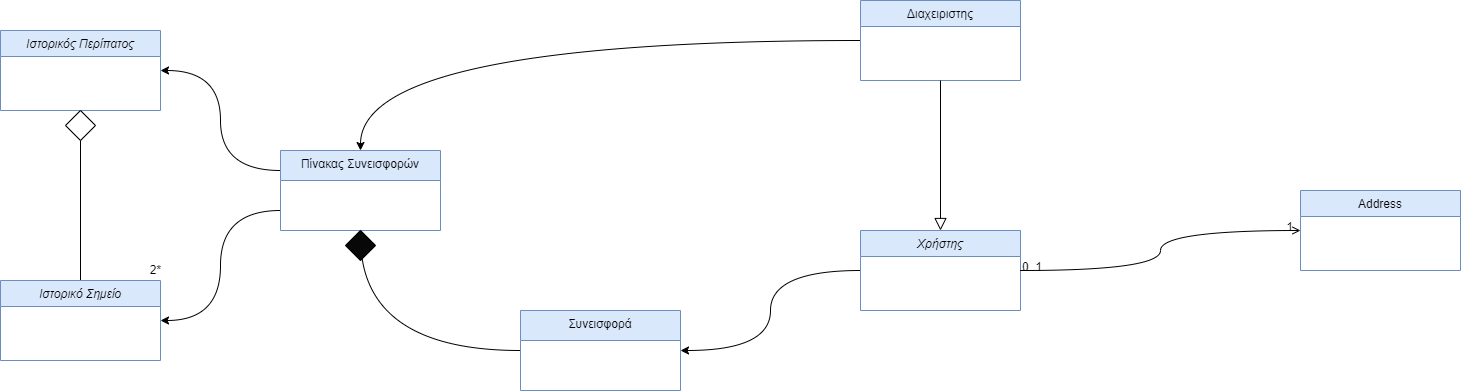
Earlier version of the draw.io export NOTES/Domain Model v0.1.png (Nektar24/software-engineering). Source tidied: cells renumbered, new cells last; positions are measured from the earlier drawing's top-left corner, leaving out a move shared by most shapes.
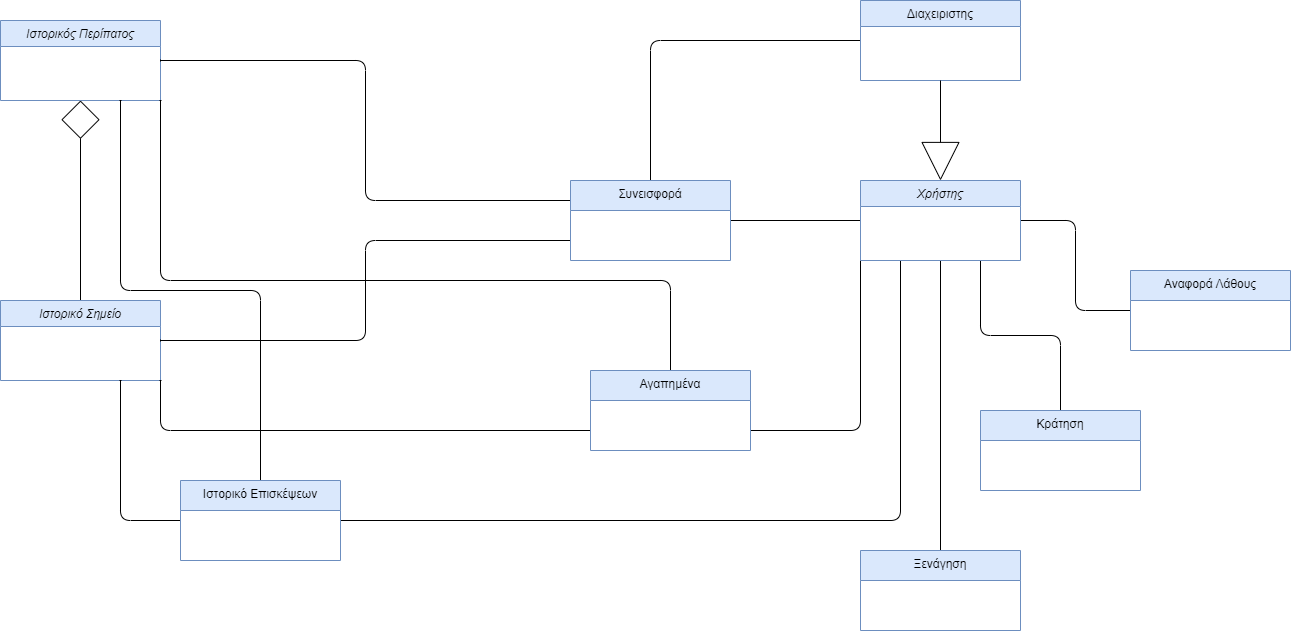
Above is the later version.

Commit message:
domain model changes

Change to the diagram source:
```diff
@@ -2,71 +2,85 @@
   <root>
     <mxCell id="0" />
     <mxCell id="1" parent="0" />
-    <mxCell id="2" style="edgeStyle=orthogonalEdgeStyle;rounded=0;jettySize=auto;html=1;exitX=0;exitY=0.5;exitDx=0;exitDy=0;entryX=1;entryY=0.5;entryDx=0;entryDy=0;elbow=vertical;curved=1;" parent="1" edge="1" source="3" target="19">
+    <mxCell id="2" style="edgeStyle=orthogonalEdgeStyle;rounded=1;jettySize=auto;html=1;exitX=0;exitY=0.5;exitDx=0;exitDy=0;entryX=1;entryY=0.5;entryDx=0;entryDy=0;elbow=vertical;strokeColor=default;align=center;verticalAlign=middle;fontFamily=Helvetica;fontSize=11;fontColor=default;labelBackgroundColor=default;endArrow=baseDash;endFill=0;endSize=0;curved=0;" parent="1" edge="1" source="3" target="19">
       <mxGeometry relative="1" as="geometry" />
     </mxCell>
+    <mxCell id="22" style="edgeStyle=orthogonalEdgeStyle;rounded=1;jettySize=auto;html=1;exitX=0.25;exitY=1;exitDx=0;exitDy=0;entryX=1;entryY=0.5;entryDx=0;entryDy=0;strokeColor=default;align=center;verticalAlign=middle;fontFamily=Helvetica;fontSize=11;fontColor=default;labelBackgroundColor=default;elbow=vertical;endArrow=baseDash;endFill=0;endSize=0;curved=0;" parent="1" edge="1" source="3" target="32">
+      <mxGeometry relative="1" as="geometry" />
+    </mxCell>
+    <mxCell id="23" style="edgeStyle=orthogonalEdgeStyle;rounded=1;jettySize=auto;html=1;exitX=0;exitY=1;exitDx=0;exitDy=0;entryX=1;entryY=0.75;entryDx=0;entryDy=0;strokeColor=default;align=center;verticalAlign=middle;fontFamily=Helvetica;fontSize=11;fontColor=default;labelBackgroundColor=default;elbow=vertical;endArrow=baseDash;endFill=0;endSize=0;curved=0;" parent="1" edge="1" source="3" target="29">
+      <mxGeometry relative="1" as="geometry" />
+    </mxCell>
+    <mxCell id="24" style="edgeStyle=orthogonalEdgeStyle;rounded=1;jettySize=auto;html=1;exitX=0.5;exitY=1;exitDx=0;exitDy=0;entryX=0.5;entryY=0;entryDx=0;entryDy=0;strokeColor=default;align=center;verticalAlign=middle;fontFamily=Helvetica;fontSize=11;fontColor=default;labelBackgroundColor=default;elbow=vertical;endArrow=baseDash;endFill=0;endSize=0;curved=0;" parent="1" edge="1" source="3" target="33">
+      <mxGeometry relative="1" as="geometry" />
+    </mxCell>
+    <mxCell id="25" style="edgeStyle=orthogonalEdgeStyle;rounded=1;jettySize=auto;html=1;exitX=0.75;exitY=1;exitDx=0;exitDy=0;entryX=0.5;entryY=0;entryDx=0;entryDy=0;strokeColor=default;align=center;verticalAlign=middle;fontFamily=Helvetica;fontSize=11;fontColor=default;labelBackgroundColor=default;elbow=vertical;endArrow=baseDash;endFill=0;endSize=0;curved=0;" parent="1" edge="1" source="3" target="34">
+      <mxGeometry relative="1" as="geometry" />
+    </mxCell>
+    <mxCell id="26" style="edgeStyle=orthogonalEdgeStyle;curved=0;rounded=1;jettySize=auto;html=1;exitX=1;exitY=0.5;exitDx=0;exitDy=0;entryX=0;entryY=0.5;entryDx=0;entryDy=0;strokeColor=default;align=center;verticalAlign=middle;fontFamily=Helvetica;fontSize=11;fontColor=default;labelBackgroundColor=default;elbow=vertical;endArrow=baseDash;endFill=0;endSize=0;" parent="1" edge="1" source="3" target="35">
+      <mxGeometry relative="1" as="geometry" />
+    </mxCell>
     <mxCell id="3" value="Χρήστης" style="swimlane;fontStyle=2;align=center;verticalAlign=top;horizontal=1;startSize=26;rounded=0;shadow=0;strokeWidth=1;fillColor=#dae8fc;strokeColor=#6c8ebf;" parent="1" vertex="1">
-      <mxGeometry x="860" y="230" width="160" height="80" as="geometry" />
+      <mxGeometry x="860" y="190" width="160" height="80" as="geometry" />
     </mxCell>
-    <mxCell id="4" style="edgeStyle=orthogonalEdgeStyle;rounded=0;jettySize=auto;html=1;exitX=0;exitY=0.5;exitDx=0;exitDy=0;entryX=0.5;entryY=0;entryDx=0;entryDy=0;elbow=vertical;curved=1;" parent="1" edge="1" source="5" target="20">
+    <mxCell id="4" style="edgeStyle=orthogonalEdgeStyle;rounded=1;jettySize=auto;html=1;exitX=0;exitY=0.5;exitDx=0;exitDy=0;entryX=0.5;entryY=0;entryDx=0;entryDy=0;elbow=vertical;strokeColor=default;align=center;verticalAlign=middle;fontFamily=Helvetica;fontSize=11;fontColor=default;labelBackgroundColor=default;endArrow=baseDash;endFill=0;endSize=0;curved=0;" parent="1" edge="1" source="5" target="19">
       <mxGeometry relative="1" as="geometry" />
     </mxCell>
     <mxCell id="5" value="Διαχειριστης" style="swimlane;fontStyle=0;align=center;verticalAlign=top;horizontal=1;startSize=26;rounded=0;shadow=0;strokeWidth=1;fillColor=#dae8fc;strokeColor=#6c8ebf;" parent="1" vertex="1">
-      <mxGeometry x="860" width="160" height="80" as="geometry" />
+      <mxGeometry x="860" y="10" width="160" height="80" as="geometry" />
     </mxCell>
-    <mxCell id="6" style="endArrow=block;endSize=10;endFill=0;shadow=0;strokeWidth=1;rounded=0;curved=1;edgeStyle=orthogonalEdgeStyle;elbow=vertical;" parent="1" edge="1" source="5" target="3">
+    <mxCell id="6" style="endArrow=block;endSize=36;endFill=0;shadow=0;strokeWidth=1;rounded=0;curved=1;edgeStyle=orthogonalEdgeStyle;elbow=vertical;" parent="1" edge="1" source="5" target="3">
       <mxGeometry relative="1" as="geometry" />
     </mxCell>
-    <mxCell id="7" value="Address" style="swimlane;fontStyle=0;align=center;verticalAlign=top;horizontal=1;startSize=26;rounded=0;shadow=0;strokeWidth=1;fillColor=#dae8fc;strokeColor=#6c8ebf;" parent="1" vertex="1">
-      <mxGeometry x="1300" y="190" width="160" height="80" as="geometry" />
-    </mxCell>
-    <mxCell id="8" style="endArrow=open;shadow=0;strokeWidth=1;rounded=0;curved=1;endFill=1;edgeStyle=orthogonalEdgeStyle;elbow=vertical;" parent="1" edge="1" source="3" target="7">
-      <mxGeometry x="0.5" y="41" relative="1" as="geometry">
-        <mxPoint x="-40" y="32" as="offset" />
-      </mxGeometry>
-    </mxCell>
-    <mxCell id="9" value="0..1" style="align=left;verticalAlign=bottom;labelBackgroundColor=none;fontSize=12;" parent="8" vertex="1">
-      <mxGeometry x="-1" relative="1" as="geometry">
-        <mxPoint y="4" as="offset" />
-      </mxGeometry>
-    </mxCell>
-    <mxCell id="10" value="1" style="align=right;verticalAlign=bottom;labelBackgroundColor=none;fontSize=12;" parent="8" vertex="1">
-      <mxGeometry x="1" relative="1" as="geometry">
-        <mxPoint x="-7" y="4" as="offset" />
-      </mxGeometry>
-    </mxCell>
     <mxCell id="11" value="Ιστορικός Περίπατος" style="swimlane;fontStyle=2;align=center;verticalAlign=top;horizontal=1;startSize=26;rounded=0;shadow=0;strokeWidth=1;fillColor=#dae8fc;strokeColor=#6c8ebf;" parent="1" vertex="1">
       <mxGeometry y="30" width="160" height="80" as="geometry" />
     </mxCell>
-    <mxCell id="12" style="edgeStyle=orthogonalEdgeStyle;rounded=0;jettySize=auto;html=1;exitX=0.5;exitY=0;exitDx=0;exitDy=0;entryX=0.5;entryY=1;entryDx=0;entryDy=0;curved=1;" parent="1" edge="1" source="13" target="11">
+    <mxCell id="12" style="edgeStyle=orthogonalEdgeStyle;rounded=1;jettySize=auto;html=1;exitX=0.5;exitY=0;exitDx=0;exitDy=0;entryX=0.5;entryY=1;entryDx=0;entryDy=0;endSize=36;endArrow=diamond;endFill=0;curved=0;" parent="1" edge="1" source="13" target="11">
       <mxGeometry relative="1" as="geometry" />
     </mxCell>
     <mxCell id="13" value="Ιστορικό Σημείο" style="swimlane;fontStyle=2;align=center;verticalAlign=top;horizontal=1;startSize=26;rounded=0;shadow=0;strokeWidth=1;fillColor=#dae8fc;strokeColor=#6c8ebf;" parent="1" vertex="1">
-      <mxGeometry y="280" width="160" height="80" as="geometry" />
+      <mxGeometry y="310" width="160" height="80" as="geometry" />
     </mxCell>
-    <mxCell id="14" value="2*" style="text;html=1;align=center;verticalAlign=middle;strokeColor=none;fillColor=none;" parent="1" vertex="1">
-      <mxGeometry x="140" y="255" width="30" height="30" as="geometry" />
-    </mxCell>
-    <mxCell id="15" style="rhombus;whiteSpace=wrap;html=1;" parent="1" vertex="1">
-      <mxGeometry x="65" y="110" width="30" height="30" as="geometry" />
-    </mxCell>
-    <mxCell id="16" style="edgeStyle=orthogonalEdgeStyle;curved=1;rounded=0;jettySize=auto;html=1;exitX=0;exitY=0.75;exitDx=0;exitDy=0;entryX=1;entryY=0.5;entryDx=0;entryDy=0;strokeColor=default;align=center;verticalAlign=middle;fontFamily=Helvetica;fontSize=11;fontColor=default;labelBackgroundColor=default;elbow=vertical;endArrow=classic;" parent="1" edge="1" source="20" target="13">
+    <mxCell id="16" style="edgeStyle=orthogonalEdgeStyle;rounded=1;jettySize=auto;html=1;exitX=0;exitY=0.75;exitDx=0;exitDy=0;entryX=1;entryY=0.5;entryDx=0;entryDy=0;strokeColor=default;align=center;verticalAlign=middle;fontFamily=Helvetica;fontSize=11;fontColor=default;labelBackgroundColor=default;elbow=vertical;endArrow=baseDash;endFill=0;endSize=0;curved=0;" parent="1" edge="1" source="19" target="13">
       <mxGeometry relative="1" as="geometry" />
     </mxCell>
-    <mxCell id="17" style="edgeStyle=orthogonalEdgeStyle;curved=1;rounded=0;jettySize=auto;html=1;exitX=0;exitY=0.25;exitDx=0;exitDy=0;entryX=1;entryY=0.5;entryDx=0;entryDy=0;strokeColor=default;align=center;verticalAlign=middle;fontFamily=Helvetica;fontSize=11;fontColor=default;labelBackgroundColor=default;elbow=vertical;endArrow=classic;" parent="1" edge="1" source="20" target="11">
+    <mxCell id="17" style="edgeStyle=orthogonalEdgeStyle;rounded=1;jettySize=auto;html=1;exitX=0;exitY=0.25;exitDx=0;exitDy=0;entryX=1;entryY=0.5;entryDx=0;entryDy=0;strokeColor=default;align=center;verticalAlign=middle;fontFamily=Helvetica;fontSize=11;fontColor=default;labelBackgroundColor=default;elbow=vertical;endArrow=baseDash;endFill=0;endSize=0;curved=0;" parent="1" edge="1" source="19" target="11">
       <mxGeometry relative="1" as="geometry" />
     </mxCell>
-    <mxCell id="18" style="edgeStyle=orthogonalEdgeStyle;curved=1;rounded=0;jettySize=auto;html=1;exitX=0;exitY=0.5;exitDx=0;exitDy=0;entryX=0.5;entryY=1;entryDx=0;entryDy=0;strokeColor=default;align=center;verticalAlign=middle;fontFamily=Helvetica;fontSize=11;fontColor=default;labelBackgroundColor=default;elbow=vertical;endArrow=classic;" parent="1" edge="1" source="19" target="20">
-      <mxGeometry relative="1" as="geometry" />
-    </mxCell>
     <mxCell id="19" value="Συνεισφορά" style="swimlane;fontStyle=0;align=center;verticalAlign=top;horizontal=1;startSize=30;rounded=0;shadow=0;strokeWidth=1;fillColor=#dae8fc;strokeColor=#6c8ebf;" parent="1" vertex="1">
-      <mxGeometry x="520" y="310" width="160" height="80" as="geometry" />
+      <mxGeometry x="570" y="190" width="160" height="80" as="geometry" />
     </mxCell>
-    <mxCell id="20" value="Πίνακας Συνεισφορών" style="swimlane;fontStyle=0;align=center;verticalAlign=top;horizontal=1;startSize=30;rounded=0;shadow=0;strokeWidth=1;fillColor=#dae8fc;strokeColor=#6c8ebf;" parent="1" vertex="1">
-      <mxGeometry x="280" y="150" width="160" height="80" as="geometry" />
-    </mxCell>
-    <mxCell id="21" style="rhombus;whiteSpace=wrap;html=1;fillColor=#080808;" parent="1" vertex="1">
-      <mxGeometry x="345" y="230" width="30" height="30" as="geometry" />
-    </mxCell>
+    <mxCell id="27" style="rounded=1;jettySize=auto;html=1;exitX=0.5;exitY=0;exitDx=0;exitDy=0;entryX=1;entryY=1;entryDx=0;entryDy=0;strokeColor=default;align=center;verticalAlign=middle;fontFamily=Helvetica;fontSize=11;fontColor=default;labelBackgroundColor=default;endArrow=baseDash;endFill=0;endSize=0;edgeStyle=orthogonalEdgeStyle;curved=0;" parent="1" edge="1" source="29" target="11">
+      <mxGeometry relative="1" as="geometry">
+        <Array as="points">
+          <mxPoint x="670" y="290" />
+          <mxPoint x="160" y="290" />
+        </Array>
+      </mxGeometry>
+    </mxCell>
+    <mxCell id="28" style="edgeStyle=orthogonalEdgeStyle;rounded=1;jettySize=auto;html=1;exitX=0;exitY=0.75;exitDx=0;exitDy=0;entryX=1;entryY=1;entryDx=0;entryDy=0;strokeColor=default;align=center;verticalAlign=middle;fontFamily=Helvetica;fontSize=11;fontColor=default;labelBackgroundColor=default;elbow=vertical;endArrow=baseDash;endFill=0;endSize=0;curved=0;" parent="1" edge="1" source="29" target="13">
+      <mxGeometry relative="1" as="geometry" />
+    </mxCell>
+    <mxCell id="29" value="Αγαπημένα" style="swimlane;fontStyle=0;align=center;verticalAlign=top;horizontal=1;startSize=30;rounded=0;shadow=0;strokeWidth=1;fillColor=#dae8fc;strokeColor=#6c8ebf;" parent="1" vertex="1">
+      <mxGeometry x="590" y="380" width="160" height="80" as="geometry" />
+    </mxCell>
+    <mxCell id="30" style="edgeStyle=orthogonalEdgeStyle;rounded=1;jettySize=auto;html=1;exitX=0.5;exitY=0;exitDx=0;exitDy=0;entryX=0.75;entryY=1;entryDx=0;entryDy=0;strokeColor=default;align=center;verticalAlign=middle;fontFamily=Helvetica;fontSize=11;fontColor=default;labelBackgroundColor=default;elbow=vertical;endArrow=baseDash;endSize=0;endFill=0;curved=0;" parent="1" edge="1" source="32" target="11">
+      <mxGeometry relative="1" as="geometry" />
+    </mxCell>
+    <mxCell id="31" style="edgeStyle=orthogonalEdgeStyle;rounded=1;jettySize=auto;html=1;exitX=0;exitY=0.5;exitDx=0;exitDy=0;strokeColor=default;align=center;verticalAlign=middle;fontFamily=Helvetica;fontSize=11;fontColor=default;labelBackgroundColor=default;elbow=vertical;endArrow=baseDash;entryX=0.75;entryY=1;entryDx=0;entryDy=0;endFill=0;endSize=0;curved=0;" parent="1" edge="1" source="32" target="13">
+      <mxGeometry relative="1" as="geometry" />
+    </mxCell>
+    <mxCell id="32" value="Ιστορικό Επισκέψεων" style="swimlane;fontStyle=0;align=center;verticalAlign=top;horizontal=1;startSize=30;rounded=0;shadow=0;strokeWidth=1;fillColor=#dae8fc;strokeColor=#6c8ebf;" parent="1" vertex="1">
+      <mxGeometry x="180" y="490" width="160" height="80" as="geometry" />
+    </mxCell>
+    <mxCell id="33" value="Ξενάγηση" style="swimlane;fontStyle=0;align=center;verticalAlign=top;horizontal=1;startSize=30;rounded=0;shadow=0;strokeWidth=1;fillColor=#dae8fc;strokeColor=#6c8ebf;" parent="1" vertex="1">
+      <mxGeometry x="860" y="560" width="160" height="80" as="geometry" />
+    </mxCell>
+    <mxCell id="34" value="Κράτηση" style="swimlane;fontStyle=0;align=center;verticalAlign=top;horizontal=1;startSize=30;rounded=0;shadow=0;strokeWidth=1;fillColor=#dae8fc;strokeColor=#6c8ebf;" parent="1" vertex="1">
+      <mxGeometry x="980" y="420" width="160" height="80" as="geometry" />
+    </mxCell>
+    <mxCell id="35" value="Αναφορά Λάθους" style="swimlane;fontStyle=0;align=center;verticalAlign=top;horizontal=1;startSize=30;rounded=0;shadow=0;strokeWidth=1;fillColor=#dae8fc;strokeColor=#6c8ebf;" parent="1" vertex="1">
+      <mxGeometry x="1130" y="280" width="160" height="80" as="geometry" />
+    </mxCell>
   </root>
 </mxGraphModel>
```
